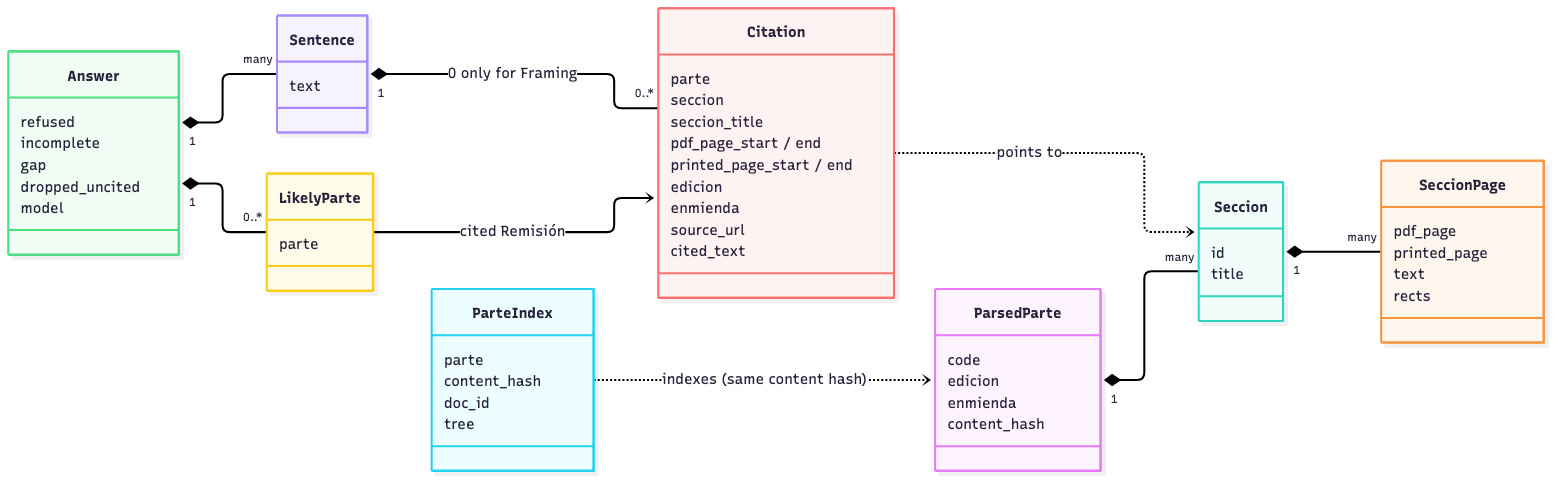
Guernik/raac-rag keeps this Mermaid diagram as docs/diagrams/domain-model.png. Above is the earlier version. Its source is kept beside it as docs/diagrams/domain-model.mmd.
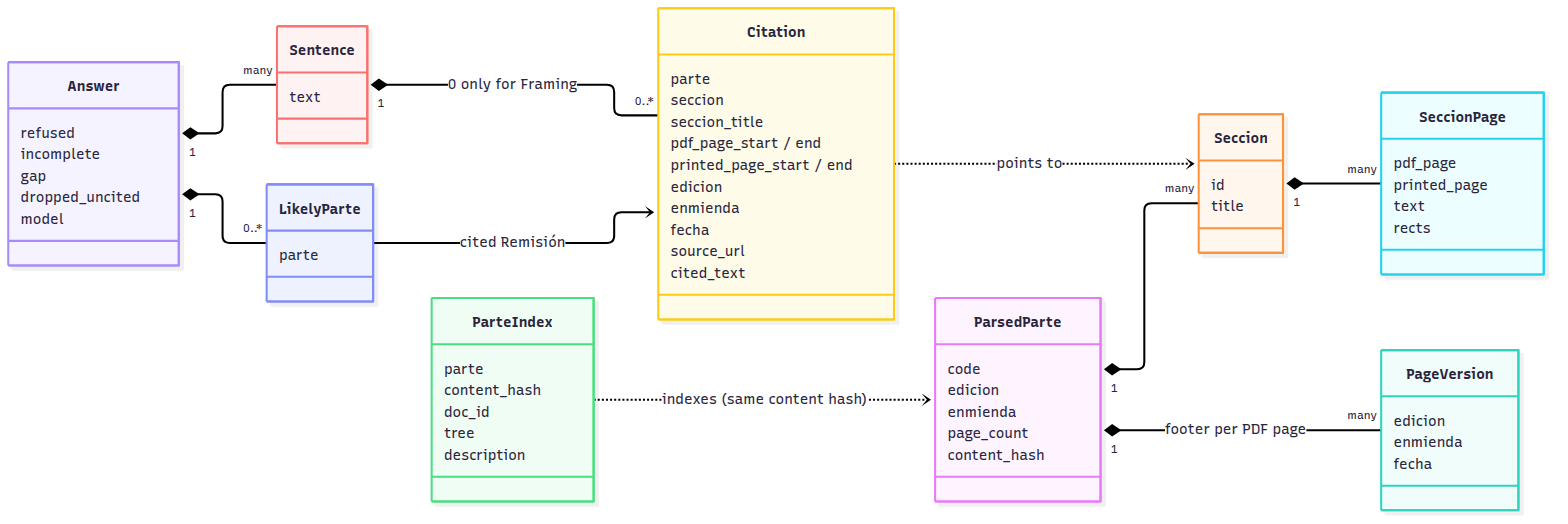
Later version of the same file.

Commit message:
docs: catch diagrams and README up with code and ADRs 0003, 0004

Change to the diagram source:
```diff
@@ -4,7 +4,13 @@
         code
         edicion
         enmienda
+        page_count
         content_hash
+    }
+    class PageVersion {
+        edicion
+        enmienda
+        fecha
     }
     class Seccion {
         id
@@ -21,6 +27,7 @@
         content_hash
         doc_id
         tree
+        description
     }
     class Answer {
         refused
@@ -40,6 +47,7 @@
         printed_page_start / end
         edicion
         enmienda
+        fecha
         source_url
         cited_text
     }
@@ -47,6 +55,7 @@
         parte
     }
     ParsedParte "1" *-- "many" Seccion
+    ParsedParte "1" *-- "many" PageVersion : footer per PDF page
     Seccion "1" *-- "many" SeccionPage
     ParteIndex ..> ParsedParte : indexes (same content hash)
     Answer "1" *-- "many" Sentence
```
